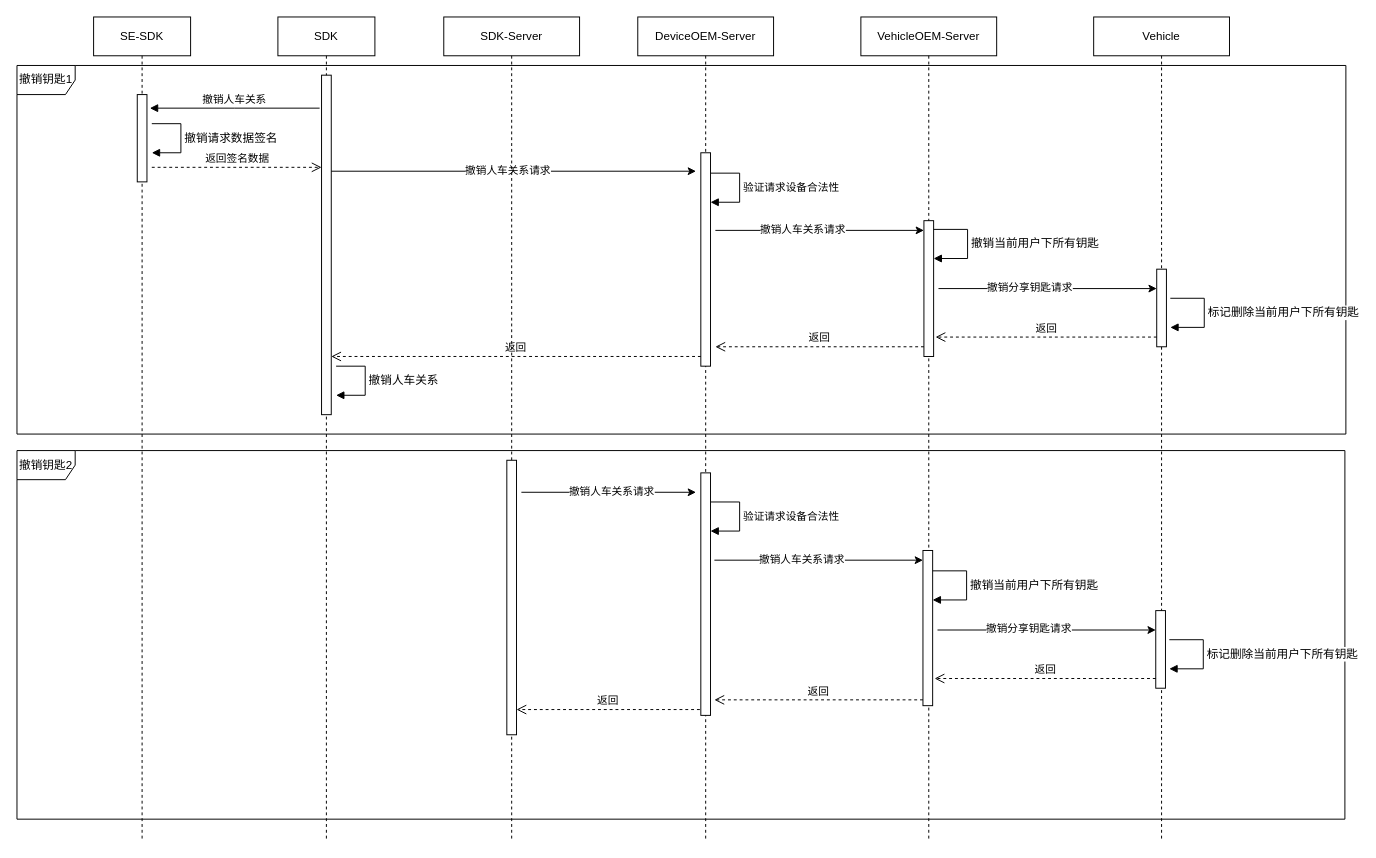
Before: 撤销钥匙.drawio in jianguocong/chart, a draw.io diagram. Source tidied: cells renumbered, new cells numbered last; positions are measured from the earlier drawing's top-left corner, leaving out a move shared by most shapes. Both pictures are drawn from the tidied source at 97%, with x=0, y=0 at pixel (16, 16).
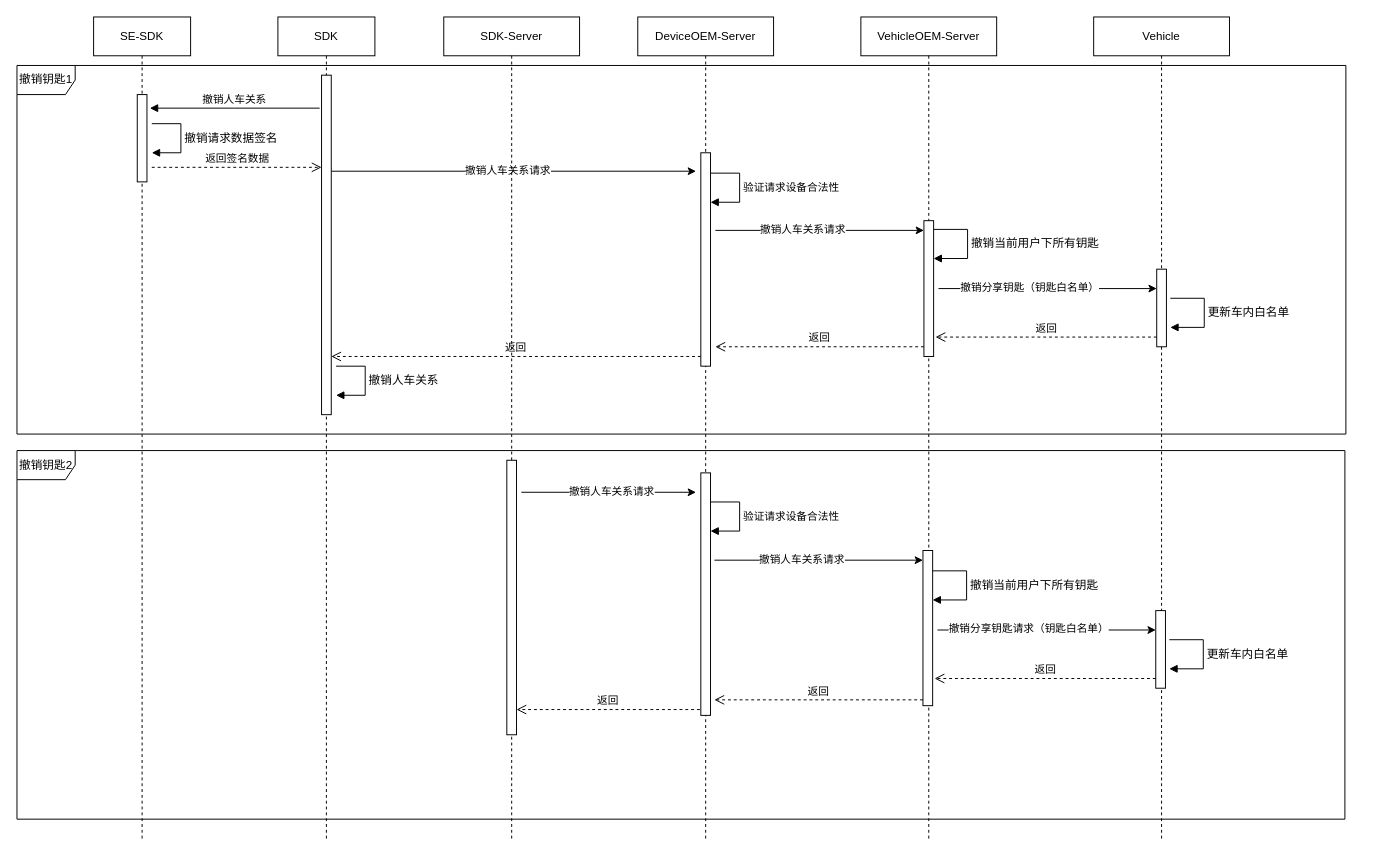
Above is the later version.

Commit message:
更新撤销钥匙.drawio

Unchanged cells that the change refers to:
```xml
<mxCell id="23" style="endArrow=classic;html=1;rounded=0;" parent="1" edge="1">
  <mxGeometry relative="1" as="geometry">
    <mxPoint x="950" y="280" as="sourcePoint" />
    <mxPoint x="1175" y="280" as="targetPoint" />
  </mxGeometry>
</mxCell>
<mxCell id="39" style="endArrow=classic;html=1;rounded=0;" parent="1" edge="1">
  <mxGeometry relative="1" as="geometry">
    <mxPoint x="949" y="632" as="sourcePoint" />
    <mxPoint x="1174" y="632" as="targetPoint" />
  </mxGeometry>
</mxCell>
```

What changed in the source:
```diff
@@
-    <mxCell id="24" value="撤销分享钥匙请求" style="edgeLabel;html=1;align=center;verticalAlign=middle;" parent="23" vertex="1">
+    <mxCell id="24" value="撤销分享钥匙（钥匙白名单）" style="edgeLabel;html=1;align=center;verticalAlign=middle;" parent="23" vertex="1">
       <mxGeometry x="-0.17" y="2" relative="1" as="geometry" />
     </mxCell>
-    <mxCell id="25" value="标记删除当前用户下所有钥匙" style="html=1;align=left;spacingLeft=2;endArrow=block;rounded=0;edgeStyle=orthogonalEdgeStyle;curved=0;rounded=0;fontFamily=Helvetica;fontSize=12;fontColor=default;" parent="1" edge="1">
+    <mxCell id="25" value="更新车内白名单" style="html=1;align=left;spacingLeft=2;endArrow=block;rounded=0;edgeStyle=orthogonalEdgeStyle;curved=0;rounded=0;fontFamily=Helvetica;fontSize=12;fontColor=default;" parent="1" edge="1">
       <mxGeometry relative="1" as="geometry">
         <mxPoint x="1189" y="290" as="sourcePoint" />
         <mxPoint x="1189" y="320" as="targetPoint" />
         <Array as="points">
           <mxPoint x="1224" y="290" />
           <mxPoint x="1224" y="320" />
         </Array>
       </mxGeometry>
     </mxCell>
@@
-    <mxCell id="40" value="撤销分享钥匙请求" style="edgeLabel;html=1;align=center;verticalAlign=middle;" parent="39" vertex="1">
+    <mxCell id="40" value="撤销分享钥匙请求（钥匙白名单）" style="edgeLabel;html=1;align=center;verticalAlign=middle;" parent="39" vertex="1">
       <mxGeometry x="-0.17" y="2" relative="1" as="geometry" />
     </mxCell>
-    <mxCell id="41" value="标记删除当前用户下所有钥匙" style="html=1;align=left;spacingLeft=2;endArrow=block;rounded=0;edgeStyle=orthogonalEdgeStyle;curved=0;rounded=0;fontFamily=Helvetica;fontSize=12;fontColor=default;" parent="1" edge="1">
+    <mxCell id="41" value="更新车内白名单" style="html=1;align=left;spacingLeft=2;endArrow=block;rounded=0;edgeStyle=orthogonalEdgeStyle;curved=0;rounded=0;fontFamily=Helvetica;fontSize=12;fontColor=default;" parent="1" edge="1">
       <mxGeometry relative="1" as="geometry">
         <mxPoint x="1188" y="642" as="sourcePoint" />
         <mxPoint x="1188" y="672" as="targetPoint" />
         <Array as="points">
           <mxPoint x="1223" y="642" />
           <mxPoint x="1223" y="672" />
         </Array>
       </mxGeometry>
     </mxCell>
```
